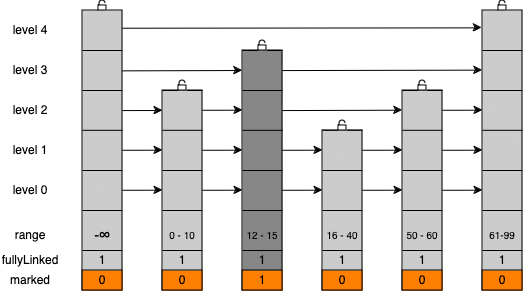
This is figures/concurrent_range_lock.png from thuaduc/bachelor-thesis, a draw.io export, as it was before one commit. Source tidied: cells renumbered, new cells last; positions are measured from the earlier drawing's top-left corner, leaving out a move shared by most shapes.
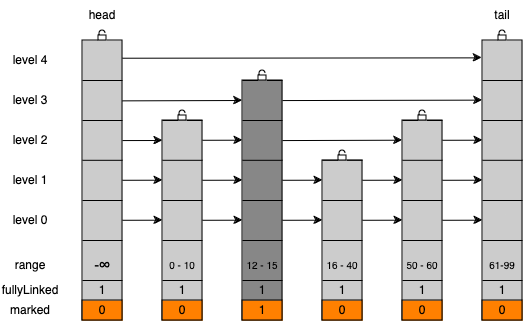
After the commit.

What changed in the source:
```diff
@@ -426,5 +426,11 @@
     <mxCell id="94" style="html=1;verticalLabelPosition=bottom;align=center;labelBackgroundColor=#ffffff;verticalAlign=top;strokeWidth=1;strokeColor=#000000;shadow=0;dashed=0;shape=mxgraph.ios7.icons.unlocked;" parent="1" vertex="1">
       <mxGeometry x="418" y="80" width="8" height="10" as="geometry" />
     </mxCell>
+    <mxCell id="95" value="tail" style="text;html=1;align=center;verticalAlign=middle;whiteSpace=wrap;rounded=0;" parent="1" vertex="1">
+      <mxGeometry x="472" y="-30" width="60" height="30" as="geometry" />
+    </mxCell>
+    <mxCell id="96" value="head" style="text;html=1;align=center;verticalAlign=middle;whiteSpace=wrap;rounded=0;" parent="1" vertex="1">
+      <mxGeometry x="72" y="-30" width="60" height="30" as="geometry" />
+    </mxCell>
   </root>
 </mxGraphModel>
```
